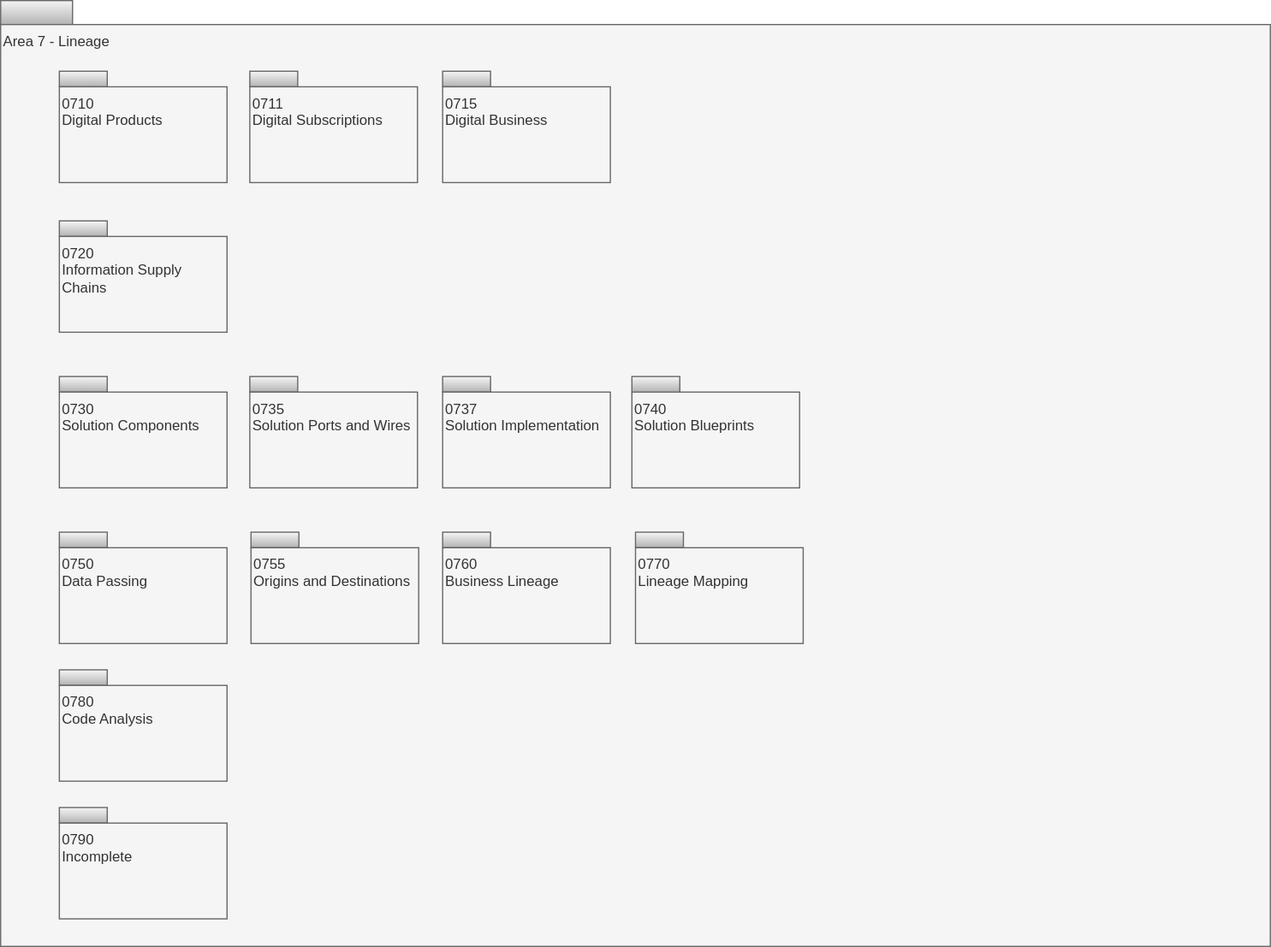
odpi/egeria-docs keeps this draw.io diagram as site/docs/types/7/area-7-lineage-overview.svg. Above is the earlier version. Source tidied: cells renumbered, new cells last; positions are measured from the earlier drawing's top-left corner, leaving out a move shared by most shapes.
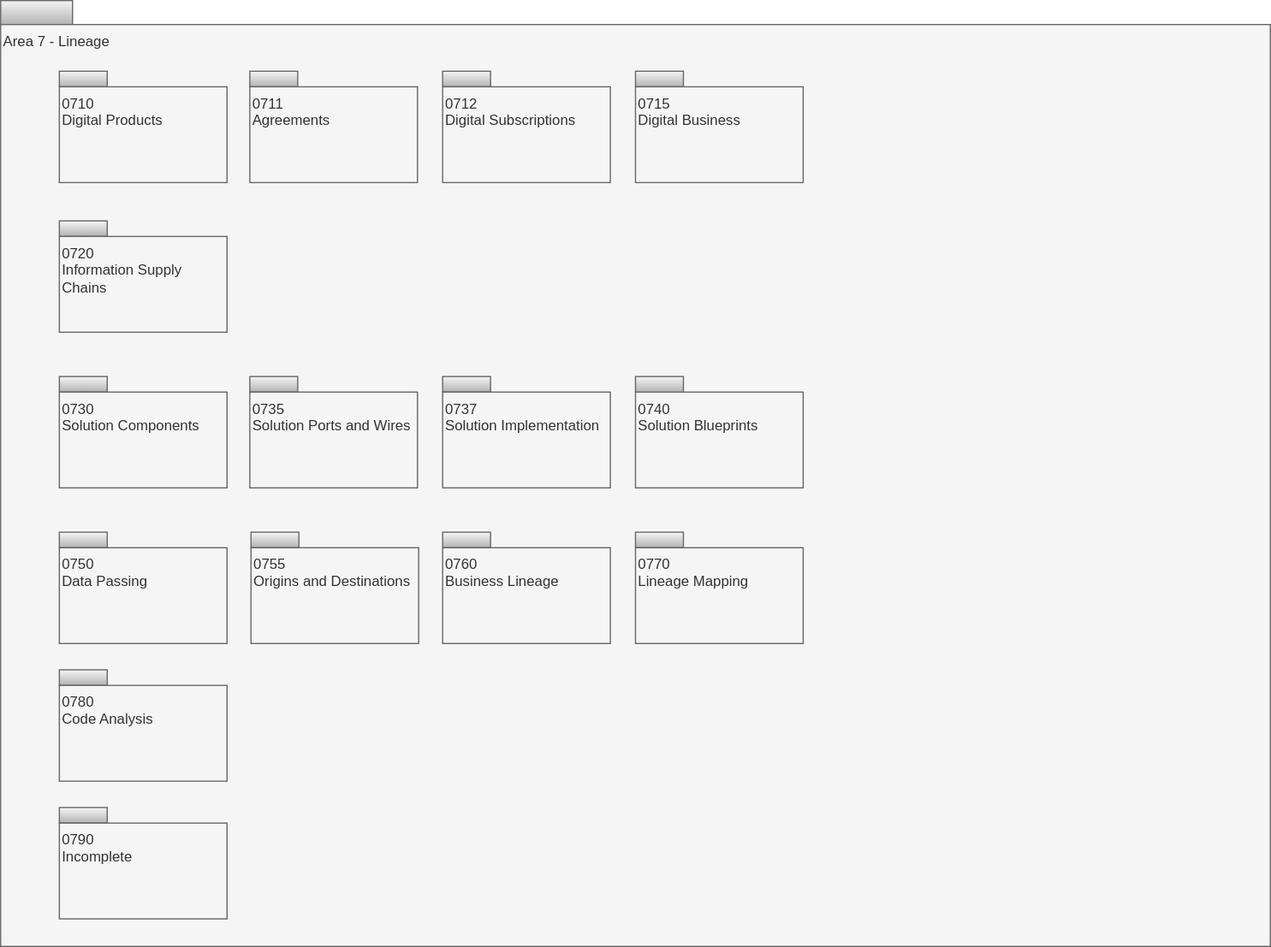
The same file after the commit.

What changed in the source:
```diff
@@ -17,7 +17,7 @@
     <mxCell id="6" style="rounded=0;whiteSpace=wrap;html=1;align=left;fillColor=#f5f5f5;strokeColor=#666666;gradientColor=#b3b3b3;" parent="1" vertex="1">
       <mxGeometry x="208" y="59" width="40" height="13" as="geometry" />
     </mxCell>
-    <mxCell id="7" value="0711&lt;br&gt;Digital Subscriptions" style="rounded=0;whiteSpace=wrap;html=1;align=left;verticalAlign=top;fillColor=#f5f5f5;fontColor=#333333;strokeColor=#666666;" parent="1" vertex="1">
+    <mxCell id="7" value="0711&lt;br&gt;Agreements" style="rounded=0;whiteSpace=wrap;html=1;align=left;verticalAlign=top;fillColor=#f5f5f5;fontColor=#333333;strokeColor=#666666;" parent="1" vertex="1">
       <mxGeometry x="208" y="72" width="140" height="80" as="geometry" />
     </mxCell>
     <mxCell id="8" style="rounded=0;whiteSpace=wrap;html=1;align=left;fillColor=#f5f5f5;strokeColor=#666666;gradientColor=#b3b3b3;" parent="1" vertex="1">
@@ -36,7 +36,7 @@
       <mxGeometry x="208" y="314" width="40" height="13" as="geometry" />
     </mxCell>
     <mxCell id="13" value="0740&lt;br&gt;Solution Blueprints" style="rounded=0;whiteSpace=wrap;html=1;align=left;verticalAlign=top;fillColor=#f5f5f5;fontColor=#333333;strokeColor=#666666;" parent="1" vertex="1">
-      <mxGeometry x="527" y="327" width="140" height="80" as="geometry" />
+      <mxGeometry x="530" y="327" width="140" height="80" as="geometry" />
     </mxCell>
     <mxCell id="14" style="rounded=0;whiteSpace=wrap;html=1;align=left;fillColor=#f5f5f5;strokeColor=#666666;gradientColor=#b3b3b3;" parent="1" vertex="1">
       <mxGeometry x="49" y="444" width="40" height="13" as="geometry" />
@@ -45,7 +45,7 @@
       <mxGeometry x="49" y="457" width="140" height="80" as="geometry" />
     </mxCell>
     <mxCell id="16" style="rounded=0;whiteSpace=wrap;html=1;align=left;fillColor=#f5f5f5;strokeColor=#666666;gradientColor=#b3b3b3;" parent="1" vertex="1">
-      <mxGeometry x="527" y="314" width="40" height="13" as="geometry" />
+      <mxGeometry x="530" y="314" width="40" height="13" as="geometry" />
     </mxCell>
     <mxCell id="17" value="0735&lt;br&gt;Solution Ports and Wires" style="rounded=0;whiteSpace=wrap;html=1;align=left;verticalAlign=top;fillColor=#f5f5f5;fontColor=#333333;strokeColor=#666666;" parent="1" vertex="1">
       <mxGeometry x="208" y="327" width="140" height="80" as="geometry" />
@@ -81,10 +81,10 @@
       <mxGeometry x="49" y="687" width="140" height="80" as="geometry" />
     </mxCell>
     <mxCell id="28" style="rounded=0;whiteSpace=wrap;html=1;align=left;fillColor=#f5f5f5;strokeColor=#666666;gradientColor=#b3b3b3;" parent="1" vertex="1">
-      <mxGeometry x="369" y="59" width="40" height="13" as="geometry" />
+      <mxGeometry x="530" y="59" width="40" height="13" as="geometry" />
     </mxCell>
     <mxCell id="29" value="0715&lt;br&gt;Digital Business" style="rounded=0;whiteSpace=wrap;html=1;align=left;verticalAlign=top;fillColor=#f5f5f5;fontColor=#333333;strokeColor=#666666;" parent="1" vertex="1">
-      <mxGeometry x="369" y="72" width="140" height="80" as="geometry" />
+      <mxGeometry x="530" y="72" width="140" height="80" as="geometry" />
     </mxCell>
     <mxCell id="30" style="rounded=0;whiteSpace=wrap;html=1;align=left;fillColor=#f5f5f5;strokeColor=#666666;gradientColor=#b3b3b3;" parent="1" vertex="1">
       <mxGeometry x="209" y="444" width="40" height="13" as="geometry" />
@@ -92,5 +92,11 @@
     <mxCell id="31" value="0755&lt;br&gt;Origins and Destinations" style="rounded=0;whiteSpace=wrap;html=1;align=left;verticalAlign=top;fillColor=#f5f5f5;fontColor=#333333;strokeColor=#666666;" parent="1" vertex="1">
       <mxGeometry x="209" y="457" width="140" height="80" as="geometry" />
     </mxCell>
+    <mxCell id="32" style="rounded=0;whiteSpace=wrap;html=1;align=left;fillColor=#f5f5f5;strokeColor=#666666;gradientColor=#b3b3b3;" parent="1" vertex="1">
+      <mxGeometry x="369" y="59" width="40" height="13" as="geometry" />
+    </mxCell>
+    <mxCell id="33" value="0712&lt;br&gt;Digital Subscriptions" style="rounded=0;whiteSpace=wrap;html=1;align=left;verticalAlign=top;fillColor=#f5f5f5;fontColor=#333333;strokeColor=#666666;" parent="1" vertex="1">
+      <mxGeometry x="369" y="72" width="140" height="80" as="geometry" />
+    </mxCell>
   </root>
 </mxGraphModel>
```
